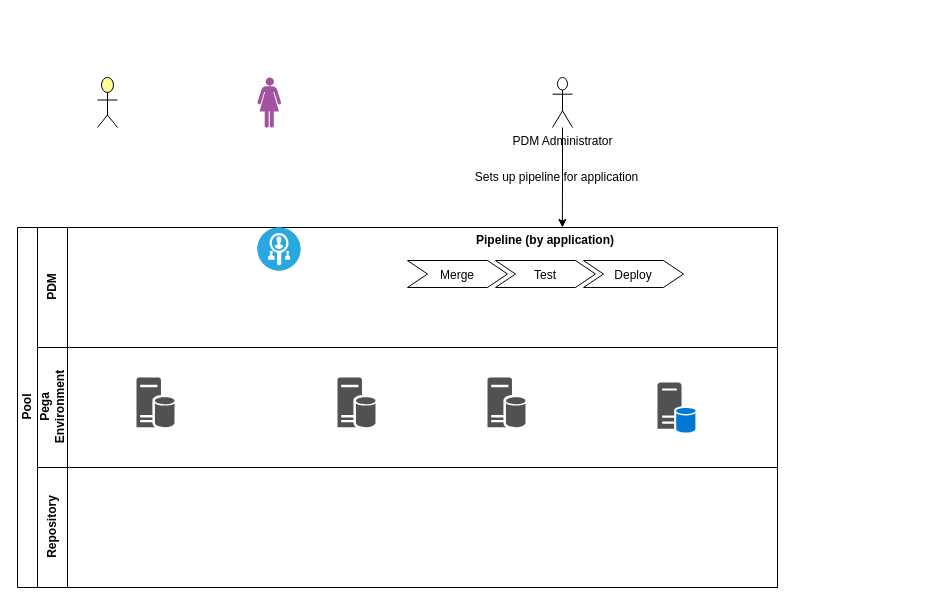
Before: page "Page-2" (2 of 2) of Untitled Diagram.drawio in AmanMunnaBali/play_my_playlist, a draw.io diagram. Source tidied: cells renumbered, new cells numbered last; positions are measured from the earlier drawing's top-left corner, leaving out a move shared by most shapes. Both pictures are drawn from the tidied source at 100%, with x=0, y=0 at pixel (17, 77).
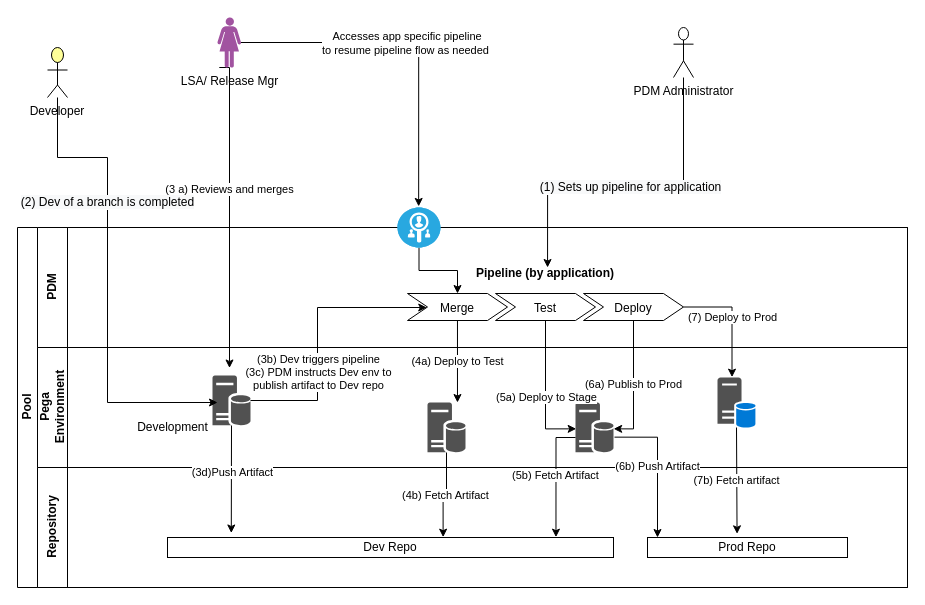
After the change.

Unchanged cells that the change refers to:
```xml
<mxCell id="6" value="Merge" style="shape=step;perimeter=stepPerimeter;fixedSize=1;points=[];" parent="5" vertex="1">
  <mxGeometry x="10" y="33" width="100" height="27" as="geometry" />
</mxCell>
<mxCell id="7" value="Test" style="shape=step;perimeter=stepPerimeter;fixedSize=1;points=[];" parent="5" vertex="1">
  <mxGeometry x="98" y="33" width="100" height="27" as="geometry" />
</mxCell>
<mxCell id="8" value="Deploy" style="shape=step;perimeter=stepPerimeter;fixedSize=1;points=[];" parent="5" vertex="1">
  <mxGeometry x="186" y="33" width="100" height="27" as="geometry" />
</mxCell>
```

Change to the diagram source:
```diff
@@
     <mxCell id="2" value="Pool" style="swimlane;html=1;horizontal=0;startSize=20;" parent="1" vertex="1">
-      <mxGeometry y="150" width="760" height="360" as="geometry" />
+      <mxGeometry y="150" width="890" height="360" as="geometry" />
     </mxCell>
     <mxCell id="3" value="PDM" style="swimlane;html=1;startSize=30;horizontal=0;" parent="2" vertex="1">
-      <mxGeometry x="20" width="740" height="120" as="geometry" />
+      <mxGeometry x="20" width="870" height="120" as="geometry" />
     </mxCell>
-    <mxCell id="4" style="fillColor=#28A8E0;verticalLabelPosition=bottom;html=1;strokeColor=#ffffff;verticalAlign=top;align=center;points=[[0.145,0.145,0],[0.5,0,0],[0.855,0.145,0],[1,0.5,0],[0.855,0.855,0],[0.5,1,0],[0.145,0.855,0],[0,0.5,0]];shape=mxgraph.cisco_safe.compositeIcon;bgIcon=ellipse;resIcon=mxgraph.cisco_safe.capability.identity_authorization_alt;" parent="3" vertex="1">
-      <mxGeometry x="220" width="43" height="43" as="geometry" />
-    </mxCell>
     <mxCell id="5" value="Pipeline (by application)" style="swimlane;horizontal=1;fillColor=none;strokeColor=none;stackBorder=10;align=center;points=[];fontColor=#000000;" parent="3" vertex="1">
-      <mxGeometry x="360" width="296" height="70" as="geometry" />
+      <mxGeometry x="360" y="33" width="296" height="70" as="geometry" />
     </mxCell>
@@
     <mxCell id="9" value="Pega &lt;br&gt;Environment" style="swimlane;html=1;startSize=30;horizontal=0;" parent="2" vertex="1">
-      <mxGeometry x="20" y="120" width="740" height="120" as="geometry" />
+      <mxGeometry x="20" y="120" width="870" height="120" as="geometry" />
     </mxCell>
     <mxCell id="10" style="shadow=0;dashed=0;html=1;strokeColor=none;labelPosition=center;verticalLabelPosition=bottom;verticalAlign=top;align=center;fillColor=#515151;shape=mxgraph.mscae.enterprise.database_server;" parent="9" vertex="1">
-      <mxGeometry x="99" y="30" width="38" height="50" as="geometry" />
+      <mxGeometry x="175" y="28" width="38" height="50" as="geometry" />
     </mxCell>
     <mxCell id="11" style="shadow=0;dashed=0;html=1;strokeColor=none;labelPosition=center;verticalLabelPosition=bottom;verticalAlign=top;align=center;fillColor=#515151;shape=mxgraph.mscae.enterprise.database_server;" parent="9" vertex="1">
-      <mxGeometry x="300" y="30" width="38" height="50" as="geometry" />
+      <mxGeometry x="390" y="55" width="38" height="50" as="geometry" />
     </mxCell>
     <mxCell id="12" style="shadow=0;dashed=0;html=1;strokeColor=none;labelPosition=center;verticalLabelPosition=bottom;verticalAlign=top;align=center;fillColor=#515151;shape=mxgraph.mscae.system_center.primary_site;" parent="9" vertex="1">
-      <mxGeometry x="620" y="35" width="38" height="50" as="geometry" />
+      <mxGeometry x="680" y="30" width="38" height="50" as="geometry" />
     </mxCell>
+    <mxCell id="19" style="shadow=0;dashed=0;html=1;strokeColor=none;labelPosition=center;verticalLabelPosition=bottom;verticalAlign=top;align=center;fillColor=#515151;shape=mxgraph.mscae.enterprise.database_server;" parent="9" vertex="1">
+      <mxGeometry x="538" y="55" width="38" height="50" as="geometry" />
+    </mxCell>
+    <mxCell id="20" value="Development" style="text;html=1;align=center;verticalAlign=middle;strokeColor=none;" parent="9" vertex="1">
+      <mxGeometry x="90" y="70" width="90" height="20" as="geometry" />
+    </mxCell>
     <mxCell id="13" value="Repository" style="swimlane;html=1;startSize=30;horizontal=0;" parent="2" vertex="1">
-      <mxGeometry x="20" y="240" width="740" height="120" as="geometry" />
+      <mxGeometry x="20" y="240" width="870" height="120" as="geometry" />
     </mxCell>
+    <mxCell id="21" value="Dev Repo" style="rounded=0;whiteSpace=wrap;html=1;" parent="13" vertex="1">
+      <mxGeometry x="130" y="70" width="446" height="20" as="geometry" />
+    </mxCell>
+    <mxCell id="22" value="Prod Repo" style="rounded=0;whiteSpace=wrap;html=1;" parent="13" vertex="1">
+      <mxGeometry x="610" y="70" width="200" height="20" as="geometry" />
+    </mxCell>
+    <mxCell id="23" style="edgeStyle=orthogonalEdgeStyle;rounded=0;jumpStyle=arc;jettySize=auto;html=1;entryX=0.143;entryY=-0.225;entryDx=0;entryDy=0;entryPerimeter=0;" parent="2" edge="1" source="10" target="21">
+      <mxGeometry relative="1" as="geometry" />
+    </mxCell>
+    <mxCell id="24" value="(3d)Push Artifact" style="edgeLabel;html=1;align=center;verticalAlign=middle;" parent="23" vertex="1">
+      <mxGeometry x="-0.15" relative="1" as="geometry" />
+    </mxCell>
+    <mxCell id="25" style="edgeStyle=orthogonalEdgeStyle;rounded=0;jumpStyle=arc;jettySize=auto;html=1;" parent="2" edge="1" source="10" target="6">
+      <mxGeometry relative="1" as="geometry">
+        <Array as="points">
+          <mxPoint x="300" y="173" />
+          <mxPoint x="300" y="80" />
+        </Array>
+      </mxGeometry>
+    </mxCell>
+    <mxCell id="26" value="(3b) Dev triggers pipeline&lt;br&gt;(3c) PDM instructs Dev env to&lt;br&gt;publish artifact to Dev repo" style="edgeLabel;html=1;align=center;verticalAlign=middle;" parent="25" vertex="1">
+      <mxGeometry x="-0.29" relative="1" as="geometry" />
+    </mxCell>
+    <mxCell id="27" value="(4a) Deploy to Test" style="edgeStyle=orthogonalEdgeStyle;rounded=0;jumpStyle=arc;jettySize=auto;html=1;entryX=0.789;entryY=0;entryDx=0;entryDy=0;entryPerimeter=0;strokeColor=#000000;" parent="2" edge="1" source="6" target="11">
+      <mxGeometry relative="1" as="geometry" />
+    </mxCell>
+    <mxCell id="28" value="(4b) Fetch Artifact" style="edgeStyle=orthogonalEdgeStyle;rounded=0;jumpStyle=arc;jettySize=auto;html=1;entryX=0.618;entryY=-0.017;entryDx=0;entryDy=0;entryPerimeter=0;strokeColor=#000000;" parent="2" edge="1" source="11" target="21">
+      <mxGeometry relative="1" as="geometry" />
+    </mxCell>
+    <mxCell id="29" style="edgeStyle=orthogonalEdgeStyle;rounded=0;jumpStyle=arc;jettySize=auto;html=1;entryX=0.018;entryY=0.527;entryDx=0;entryDy=0;entryPerimeter=0;strokeColor=#000000;" parent="2" edge="1" source="7" target="19">
+      <mxGeometry relative="1" as="geometry" />
+    </mxCell>
+    <mxCell id="30" value="(5a) Deploy to Stage" style="edgeLabel;html=1;align=center;verticalAlign=middle;" parent="29" vertex="1">
+      <mxGeometry x="0.09" relative="1" as="geometry" />
+    </mxCell>
+    <mxCell id="31" value="(5b) Fetch Artifact" style="edgeStyle=orthogonalEdgeStyle;rounded=0;jumpStyle=arc;jettySize=auto;html=1;entryX=0.871;entryY=-0.017;entryDx=0;entryDy=0;entryPerimeter=0;strokeColor=#000000;" parent="2" edge="1" source="19" target="21">
+      <mxGeometry x="-0.03" relative="1" as="geometry">
+        <Array as="points">
+          <mxPoint x="539" y="210" />
+        </Array>
+      </mxGeometry>
+    </mxCell>
+    <mxCell id="32" value="(6a) Publish to Prod" style="edgeStyle=orthogonalEdgeStyle;rounded=0;jumpStyle=arc;jettySize=auto;html=1;entryX=1.004;entryY=0.527;entryDx=0;entryDy=0;entryPerimeter=0;strokeColor=#000000;" parent="2" edge="1" source="8" target="19">
+      <mxGeometry relative="1" as="geometry" />
+    </mxCell>
+    <mxCell id="33" value="(6b) Push Artifact" style="edgeStyle=orthogonalEdgeStyle;rounded=0;jumpStyle=arc;jettySize=auto;html=1;entryX=0.05;entryY=0;entryDx=0;entryDy=0;entryPerimeter=0;strokeColor=#000000;exitX=1.026;exitY=0.693;exitDx=0;exitDy=0;exitPerimeter=0;" parent="2" edge="1" source="19" target="22">
+      <mxGeometry relative="1" as="geometry" />
+    </mxCell>
+    <mxCell id="34" value="(7) Deploy to Prod" style="edgeStyle=orthogonalEdgeStyle;rounded=0;jumpStyle=arc;jettySize=auto;html=1;entryX=0.382;entryY=-0.007;entryDx=0;entryDy=0;entryPerimeter=0;strokeColor=#000000;" parent="2" edge="1" source="8" target="12">
+      <mxGeometry relative="1" as="geometry" />
+    </mxCell>
+    <mxCell id="35" value="(7b) Fetch artifact" style="edgeStyle=orthogonalEdgeStyle;rounded=0;jumpStyle=arc;jettySize=auto;html=1;entryX=0.448;entryY=-0.183;entryDx=0;entryDy=0;entryPerimeter=0;strokeColor=#000000;" parent="2" edge="1" source="12" target="22">
+      <mxGeometry relative="1" as="geometry" />
+    </mxCell>
-    <mxCell id="14" style="edgeStyle=orthogonalEdgeStyle;rounded=0;jettySize=auto;html=1;entryX=0.557;entryY=0;entryDx=0;entryDy=0;entryPerimeter=0;" parent="1" edge="1" source="15" target="5">
-      <mxGeometry relative="1" as="geometry" />
+    <mxCell id="14" value="&lt;span style=&quot;font-size: 12px ; background-color: rgb(248 , 249 , 250)&quot;&gt;(1) Sets up pipeline for application&lt;/span&gt;" style="edgeStyle=orthogonalEdgeStyle;rounded=0;jumpStyle=arc;jettySize=auto;html=1;entryX=0.507;entryY=0.1;entryDx=0;entryDy=0;entryPerimeter=0;" parent="1" edge="1" source="15" target="5">
+      <mxGeometry relative="1" as="geometry">
+        <Array as="points">
+          <mxPoint x="666" y="110" />
+          <mxPoint x="530" y="110" />
+        </Array>
+      </mxGeometry>
     </mxCell>
     <mxCell id="15" value="PDM Administrator" style="shape=umlActor;verticalLabelPosition=bottom;verticalAlign=top;html=1;" parent="1" vertex="1">
-      <mxGeometry x="535" width="20" height="50" as="geometry" />
+      <mxGeometry x="656" y="-50" width="20" height="50" as="geometry" />
     </mxCell>
-    <mxCell id="16" value="Sets up pipeline for application" style="text;html=1;align=center;verticalAlign=middle;strokeColor=none;" parent="1" vertex="1">
-      <mxGeometry x="449" y="90" width="180" height="20" as="geometry" />
-    </mxCell>
+    <mxCell id="36" style="edgeStyle=orthogonalEdgeStyle;rounded=0;jumpStyle=arc;jettySize=auto;html=1;entryX=0.492;entryY=-0.027;entryDx=0;entryDy=0;entryPerimeter=0;" parent="1" edge="1" source="17" target="4">
+      <mxGeometry relative="1" as="geometry" />
+    </mxCell>
+    <mxCell id="37" value="&amp;nbsp;Accesses app specific pipeline&lt;br&gt;to resume pipeline flow as needed" style="edgeLabel;html=1;align=center;verticalAlign=middle;" parent="36" vertex="1">
+      <mxGeometry x="-0.04" relative="1" as="geometry" />
+    </mxCell>
+    <mxCell id="38" style="edgeStyle=orthogonalEdgeStyle;rounded=0;jumpStyle=arc;orthogonalLoop=1;jettySize=auto;html=1;entryX=0.316;entryY=0.01;entryDx=0;entryDy=0;entryPerimeter=0;" parent="1" edge="1">
+      <mxGeometry relative="1" as="geometry">
+        <mxPoint x="201.8" y="-10" as="sourcePoint" />
+        <mxPoint x="212" y="290.5" as="targetPoint" />
+        <Array as="points">
+          <mxPoint x="212" y="-10" />
+        </Array>
+      </mxGeometry>
+    </mxCell>
+    <mxCell id="39" value="(3 a) Reviews and merges" style="edgeLabel;html=1;align=center;verticalAlign=middle;" parent="38" vertex="1">
+      <mxGeometry x="-0.15" y="-1" relative="1" as="geometry" />
+    </mxCell>
-    <mxCell id="17" style="verticalLabelPosition=bottom;html=1;fillColor=#A153A0;verticalAlign=top;align=center;shape=mxgraph.cisco_safe.design.actor_1;" parent="1" vertex="1">
-      <mxGeometry x="240" width="23.5" height="50" as="geometry" />
+    <mxCell id="17" value="LSA/ Release Mgr&lt;br&gt;" style="verticalLabelPosition=bottom;html=1;fillColor=#A153A0;verticalAlign=top;align=center;shape=mxgraph.cisco_safe.design.actor_1;" parent="1" vertex="1">
+      <mxGeometry x="200" y="-60" width="23.5" height="50" as="geometry" />
     </mxCell>
+    <mxCell id="40" style="edgeStyle=orthogonalEdgeStyle;rounded=0;jettySize=auto;html=1;jumpStyle=arc;entryX=0.132;entryY=0.54;entryDx=0;entryDy=0;entryPerimeter=0;" parent="1" edge="1" source="18" target="10">
+      <mxGeometry relative="1" as="geometry">
+        <Array as="points">
+          <mxPoint x="40" y="80" />
+          <mxPoint x="90" y="80" />
+          <mxPoint x="90" y="325" />
+        </Array>
+      </mxGeometry>
+    </mxCell>
+    <mxCell id="41" value="&lt;span style=&quot;font-size: 12px ; background-color: rgb(248 , 249 , 250)&quot;&gt;(2) Dev of a branch is completed&lt;/span&gt;" style="edgeLabel;html=1;align=center;verticalAlign=middle;" parent="40" vertex="1">
+      <mxGeometry x="0.17" y="1" relative="1" as="geometry">
+        <mxPoint x="-2" y="-118" as="offset" />
+      </mxGeometry>
+    </mxCell>
-    <mxCell id="18" style="html=1;outlineConnect=0;whiteSpace=wrap;fillColor=#ffff99;verticalLabelPosition=bottom;verticalAlign=top;align=center;shape=mxgraph.archimate3.actor;" parent="1" vertex="1">
-      <mxGeometry x="80" width="20" height="50" as="geometry" />
+    <mxCell id="18" value="Developer&lt;br&gt;" style="html=1;outlineConnect=0;whiteSpace=wrap;fillColor=#ffff99;verticalLabelPosition=bottom;verticalAlign=top;align=center;shape=mxgraph.archimate3.actor;" parent="1" vertex="1">
+      <mxGeometry x="30" y="-30" width="20" height="50" as="geometry" />
     </mxCell>
-    <mxCell id="19" style="shadow=0;dashed=0;html=1;strokeColor=none;labelPosition=center;verticalLabelPosition=bottom;verticalAlign=top;align=center;fillColor=#515151;shape=mxgraph.mscae.enterprise.database_server;" parent="1" vertex="1">
-      <mxGeometry x="470" y="300" width="38" height="50" as="geometry" />
-    </mxCell>
+    <mxCell id="42" style="edgeStyle=orthogonalEdgeStyle;rounded=0;jumpStyle=arc;jettySize=auto;html=1;" parent="1" edge="1" source="4" target="6">
+      <mxGeometry relative="1" as="geometry" />
+    </mxCell>
+    <mxCell id="4" style="fillColor=#28A8E0;verticalLabelPosition=bottom;html=1;strokeColor=#ffffff;verticalAlign=top;align=center;points=[[0.145,0.145,0],[0.5,0,0],[0.855,0.145,0],[1,0.5,0],[0.855,0.855,0],[0.5,1,0],[0.145,0.855,0],[0,0.5,0]];shape=mxgraph.cisco_safe.compositeIcon;bgIcon=ellipse;resIcon=mxgraph.cisco_safe.capability.identity_authorization_alt;" parent="1" vertex="1">
+      <mxGeometry x="380" y="130" width="43" height="40" as="geometry" />
+    </mxCell>
```
